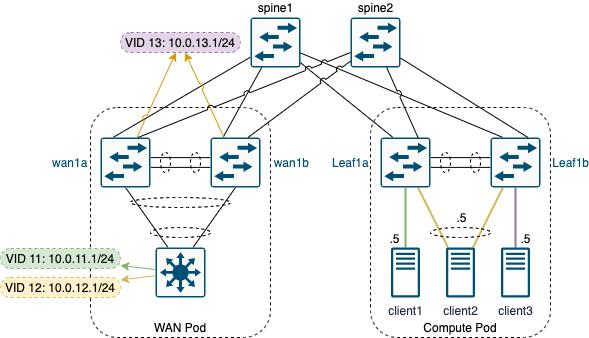
This is media/lab.drawio.png from Converged-networking/crawling-to-run, a draw.io export, as it was before one commit. Source tidied: cells renumbered, new cells last; positions are measured from the earlier drawing's top-left corner, leaving out a move shared by most shapes.
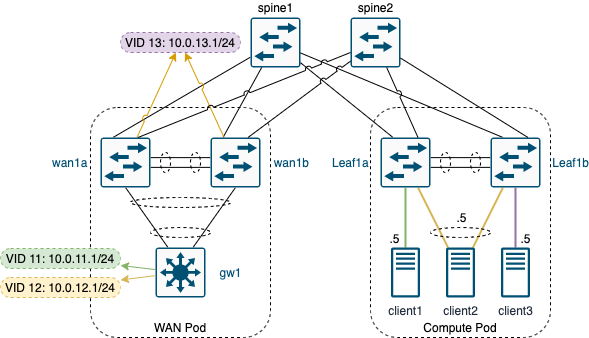
After the change.

Commit message:
Add name to gateway

The edit, as a diff of the source:
```diff
@@ -35,7 +35,7 @@
     <mxCell id="12" style="edgeStyle=none;jumpStyle=arc;jumpSize=6;html=1;entryX=0.5;entryY=1;entryDx=0;entryDy=0;entryPerimeter=0;endArrow=none;endFill=0;exitX=0.75;exitY=0;exitDx=0;exitDy=0;exitPerimeter=0;" parent="1" edge="1" source="13" target="19">
       <mxGeometry relative="1" as="geometry" />
     </mxCell>
-    <mxCell id="13" style="points=[[0.015,0.015,0],[0.985,0.015,0],[0.985,0.985,0],[0.015,0.985,0],[0.25,0,0],[0.5,0,0],[0.75,0,0],[1,0.25,0],[1,0.5,0],[1,0.75,0],[0.75,1,0],[0.5,1,0],[0.25,1,0],[0,0.75,0],[0,0.5,0],[0,0.25,0]];verticalLabelPosition=bottom;html=1;verticalAlign=top;align=center;shape=mxgraph.cisco19.rect;prIcon=l3_switch;fillColor=#FAFAFA;strokeColor=#005073;" parent="1" vertex="1">
+    <mxCell id="13" value="gw1" style="points=[[0.015,0.015,0],[0.985,0.015,0],[0.985,0.985,0],[0.015,0.985,0],[0.25,0,0],[0.5,0,0],[0.75,0,0],[1,0.25,0],[1,0.5,0],[1,0.75,0],[0.75,1,0],[0.5,1,0],[0.25,1,0],[0,0.75,0],[0,0.5,0],[0,0.25,0]];verticalLabelPosition=middle;html=1;verticalAlign=middle;align=center;shape=mxgraph.cisco19.rect;prIcon=l3_switch;fillColor=#FAFAFA;strokeColor=#005073;fontColor=#005073;labelPosition=right;" parent="1" vertex="1">
       <mxGeometry x="155" y="230" width="50" height="50" as="geometry" />
     </mxCell>
     <mxCell id="14" style="edgeStyle=none;jumpStyle=arc;jumpSize=6;html=1;endArrow=none;endFill=0;shape=link;width=-9.767441860465116;" parent="1" edge="1" source="16" target="19">
```
